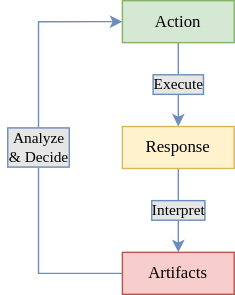
Earlier version of the draw.io export docs/img/admm.drawio.svg (pedregon/pasta). Source tidied: cells renumbered, new cells last; positions are measured from the earlier drawing's top-left corner, leaving out a move shared by most shapes.
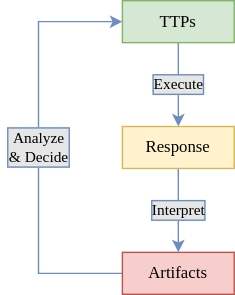
Later version of the same file.

Change to the diagram source:
```diff
@@ -10,7 +10,7 @@
         </Array>
       </mxGeometry>
     </mxCell>
-    <mxCell id="3" value="Action" style="text;html=1;strokeColor=#82b366;fillColor=#d5e8d4;align=center;verticalAlign=middle;whiteSpace=wrap;rounded=0;fontFamily=Lucida Console;" parent="1" vertex="1">
+    <mxCell id="3" value="TTPs" style="text;html=1;strokeColor=#82b366;fillColor=#d5e8d4;align=center;verticalAlign=middle;whiteSpace=wrap;rounded=0;fontFamily=Lucida Console;" parent="1" vertex="1">
       <mxGeometry x="60" width="80" height="30" as="geometry" />
     </mxCell>
     <mxCell id="4" value="Interpret" style="edgeStyle=orthogonalEdgeStyle;rounded=0;jettySize=auto;html=1;exitX=0.5;exitY=1;exitDx=0;exitDy=0;entryX=0.5;entryY=0;entryDx=0;entryDy=0;fontFamily=Lucida Console;fontColor=#000000;labelBackgroundColor=#E6E6E6;labelBorderColor=#6C8EBF;fillColor=#dae8fc;strokeColor=#6c8ebf;" parent="1" edge="1" source="5" target="7">
```
